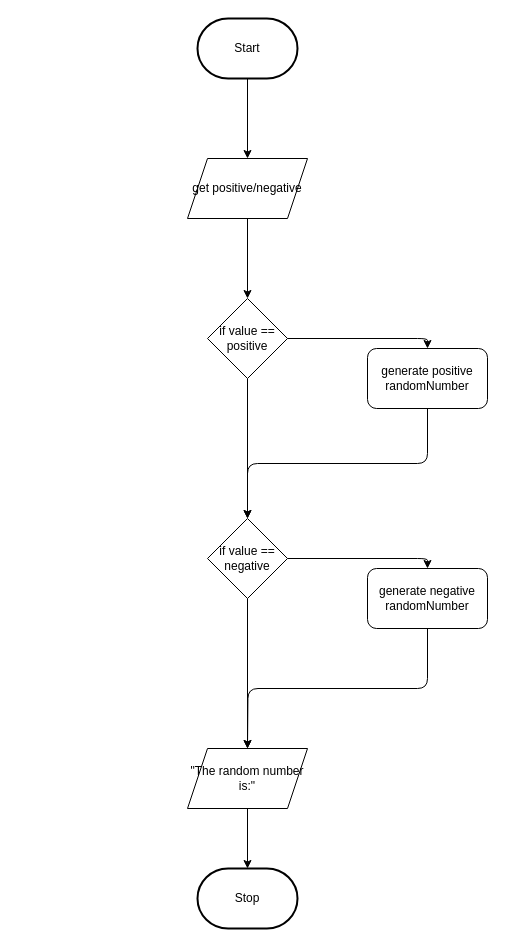
The draw.io diagram design/flowchart.drawio in MTHS-ICD2O-1-2024/ICD2O-Unit-5-02-Isaac-Ip, before the edit. Source tidied: cells renumbered, new cells numbered last; positions are measured from the earlier drawing's top-left corner, leaving out a move shared by most shapes. Both pictures are drawn from the tidied source at 100%, with x=0, y=0 at pixel (187, 18).
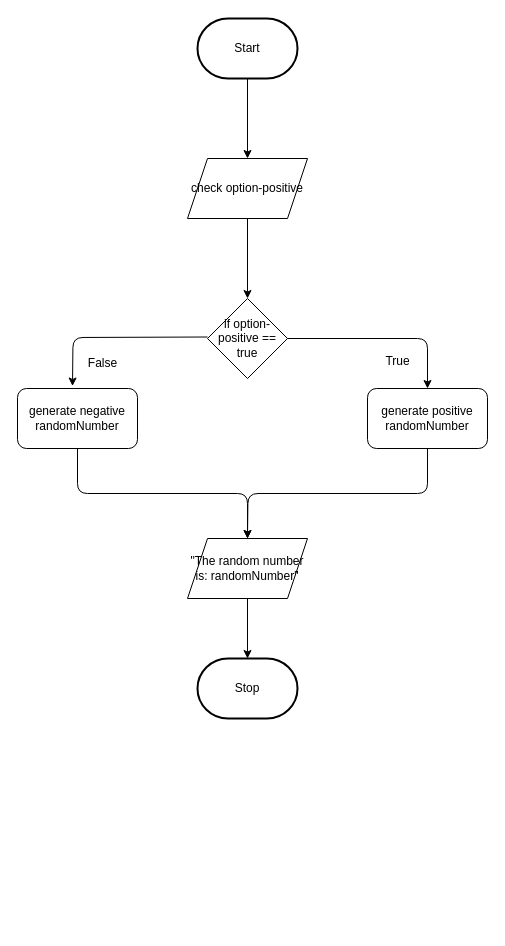
The same diagram, later.

What changed in the source:
```diff
@@
-    <mxCell id="5" style="edgeStyle=none;html=1;exitX=0.5;exitY=1;exitDx=0;exitDy=0;" parent="1" edge="1" source="6" target="9">
-      <mxGeometry relative="1" as="geometry" />
-    </mxCell>
-    <mxCell id="6" value="if value == positive" style="rhombus;whiteSpace=wrap;html=1;" parent="1" vertex="1">
+    <mxCell id="6" value="if option-positive == true" style="rhombus;whiteSpace=wrap;html=1;" parent="1" vertex="1">
       <mxGeometry x="20" y="280" width="80" height="80" as="geometry" />
     </mxCell>
-    <mxCell id="7" style="edgeStyle=orthogonalEdgeStyle;html=1;exitX=0.5;exitY=1;exitDx=0;exitDy=0;entryX=0.5;entryY=0;entryDx=0;entryDy=0;" parent="1" edge="1" source="15" target="9">
-      <mxGeometry relative="1" as="geometry" />
-    </mxCell>
-    <mxCell id="8" style="edgeStyle=orthogonalEdgeStyle;html=1;exitX=1;exitY=0.5;exitDx=0;exitDy=0;entryX=0.5;entryY=0;entryDx=0;entryDy=0;" parent="1" edge="1" source="9" target="16">
-      <mxGeometry relative="1" as="geometry" />
-    </mxCell>
-    <mxCell id="9" value="if value == negative" style="rhombus;whiteSpace=wrap;html=1;" parent="1" vertex="1">
-      <mxGeometry x="20" y="500" width="80" height="80" as="geometry" />
-    </mxCell>
-    <mxCell id="10" style="edgeStyle=orthogonalEdgeStyle;html=1;exitX=0.5;exitY=1;exitDx=0;exitDy=0;" parent="1" edge="1" source="16">
-      <mxGeometry relative="1" as="geometry">
-        <mxPoint x="60" y="730" as="targetPoint" />
-      </mxGeometry>
-    </mxCell>
     <mxCell id="11" value="Stop" style="strokeWidth=2;html=1;shape=mxgraph.flowchart.terminator;whiteSpace=wrap;" parent="1" vertex="1">
-      <mxGeometry x="10" y="850" width="100" height="60" as="geometry" />
+      <mxGeometry x="10" y="640" width="100" height="60" as="geometry" />
     </mxCell>
-    <mxCell id="12" style="edgeStyle=none;html=1;exitX=0.5;exitY=1;exitDx=0;exitDy=0;" parent="1" edge="1">
-      <mxGeometry relative="1" as="geometry">
-        <mxPoint x="60" y="580" as="sourcePoint" />
-        <mxPoint x="60" y="730" as="targetPoint" />
-      </mxGeometry>
-    </mxCell>
@@
-    <mxCell id="14" value="&lt;span style=&quot;color: rgb(0, 0, 0);&quot;&gt;get positive/negative&lt;/span&gt;" style="shape=parallelogram;perimeter=parallelogramPerimeter;whiteSpace=wrap;html=1;fixedSize=1;" parent="1" vertex="1">
+    <mxCell id="14" value="check option-positive" style="shape=parallelogram;perimeter=parallelogramPerimeter;whiteSpace=wrap;html=1;fixedSize=1;" parent="1" vertex="1">
       <mxGeometry y="140" width="120" height="60" as="geometry" />
     </mxCell>
+    <mxCell id="19" style="edgeStyle=orthogonalEdgeStyle;html=1;exitX=0.5;exitY=1;exitDx=0;exitDy=0;" parent="1" edge="1" source="15">
+      <mxGeometry relative="1" as="geometry">
+        <mxPoint x="60" y="520" as="targetPoint" />
+      </mxGeometry>
+    </mxCell>
     <mxCell id="15" value="generate positive randomNumber" style="rounded=1;whiteSpace=wrap;html=1;" parent="1" vertex="1">
-      <mxGeometry x="180" y="330" width="120" height="60" as="geometry" />
+      <mxGeometry x="180" y="370" width="120" height="60" as="geometry" />
     </mxCell>
-    <mxCell id="16" value="generate negative randomNumber" style="rounded=1;whiteSpace=wrap;html=1;" parent="1" vertex="1">
-      <mxGeometry x="180" y="550" width="120" height="60" as="geometry" />
-    </mxCell>
-    <mxCell id="17" value="&lt;span style=&quot;color: rgb(0, 0, 0);&quot;&gt;&quot;The random number is:&quot;&lt;/span&gt;" style="shape=parallelogram;perimeter=parallelogramPerimeter;whiteSpace=wrap;html=1;fixedSize=1;" parent="1" vertex="1">
-      <mxGeometry y="730" width="120" height="60" as="geometry" />
+    <mxCell id="17" value="&lt;span style=&quot;color: rgb(0, 0, 0);&quot;&gt;&quot;The random number is: randomNumber&quot;&lt;/span&gt;" style="shape=parallelogram;perimeter=parallelogramPerimeter;whiteSpace=wrap;html=1;fixedSize=1;" parent="1" vertex="1">
+      <mxGeometry y="520" width="120" height="60" as="geometry" />
     </mxCell>
@@
+    <mxCell id="20" value="True" style="text;html=1;align=center;verticalAlign=middle;strokeColor=none;fillColor=none;" parent="1" vertex="1">
+      <mxGeometry x="185" y="328" width="50" height="30" as="geometry" />
+    </mxCell>
+    <mxCell id="21" style="edgeStyle=orthogonalEdgeStyle;html=1;entryX=0.5;entryY=0;entryDx=0;entryDy=0;" parent="1" edge="1">
+      <mxGeometry relative="1" as="geometry">
+        <mxPoint x="20" y="318.5" as="sourcePoint" />
+        <mxPoint x="-115" y="367.5" as="targetPoint" />
+      </mxGeometry>
+    </mxCell>
+    <mxCell id="22" style="edgeStyle=orthogonalEdgeStyle;html=1;exitX=0.5;exitY=1;exitDx=0;exitDy=0;entryX=0.5;entryY=0;entryDx=0;entryDy=0;" parent="1" edge="1" source="16" target="17">
+      <mxGeometry relative="1" as="geometry" />
+    </mxCell>
+    <mxCell id="16" value="generate negative randomNumber" style="rounded=1;whiteSpace=wrap;html=1;" parent="1" vertex="1">
+      <mxGeometry x="-170" y="370" width="120" height="60" as="geometry" />
+    </mxCell>
+    <mxCell id="23" value="False" style="text;html=1;align=center;verticalAlign=middle;strokeColor=none;fillColor=none;" parent="1" vertex="1">
+      <mxGeometry x="-110" y="330" width="50" height="30" as="geometry" />
+    </mxCell>
```
